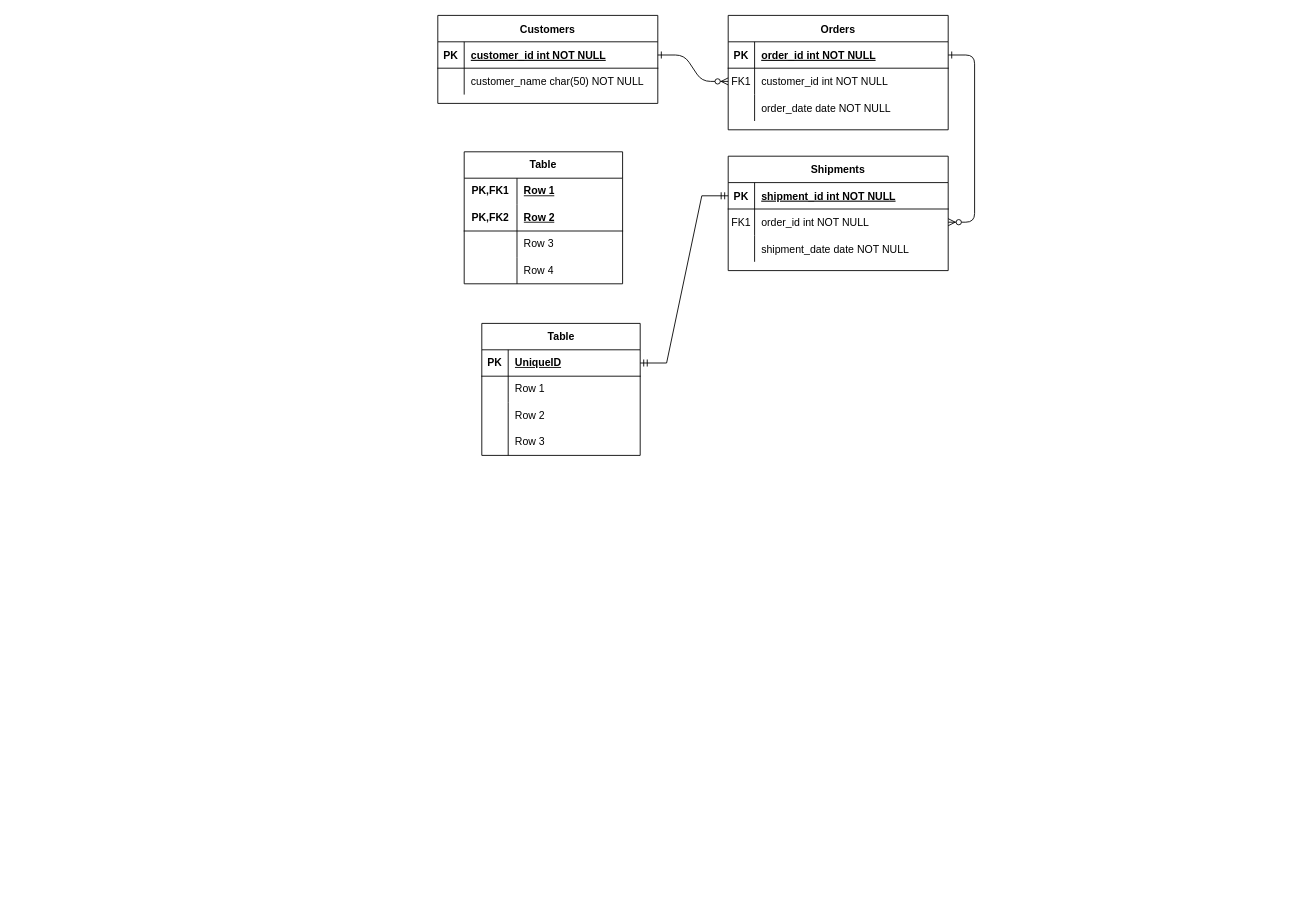
The draw.io diagram relational_model.drawio in Deadreyo/Restaurant-Franchise-SQL-Database, before the edit. Source tidied: cells renumbered, new cells numbered last; positions are measured from the earlier drawing's top-left corner, leaving out a move shared by most shapes. Both pictures are drawn from the tidied source at 88%, with x=0, y=0 at pixel (437, 15).
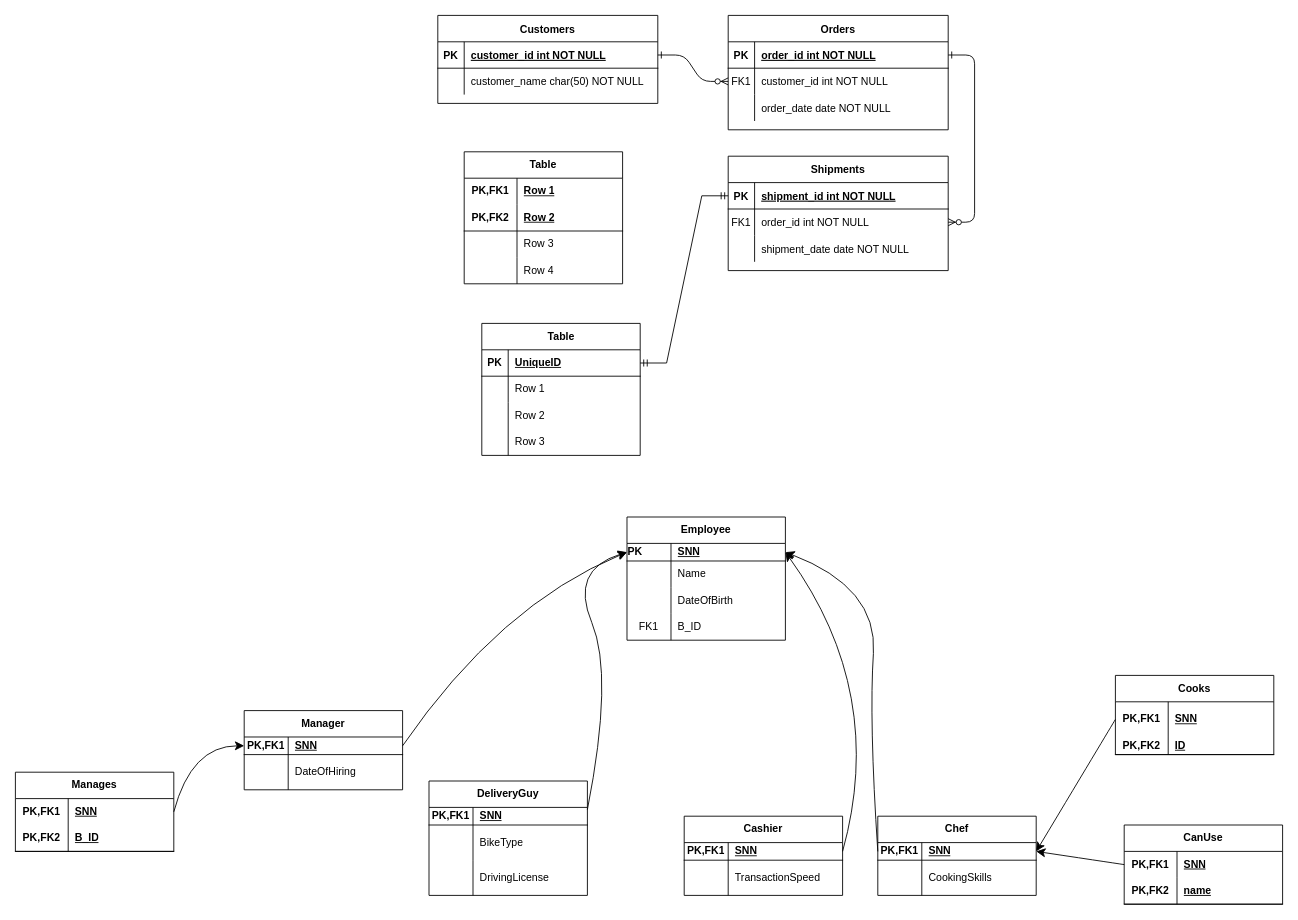
The same diagram, later.

The edit, as a diff of the source:
```diff
@@
+    <mxCell id="58" value="Employee" style="shape=table;startSize=30;childLayout=tableLayout;rowLines=0;fontStyle=1;align=center;html=1;whiteSpace=wrap;" parent="1" vertex="1">
+      <mxGeometry x="215" y="570" width="180" height="140" as="geometry" />
+    </mxCell>
+    <mxCell id="59" style="shape=tableRow;horizontal=0;startSize=0;swimlaneHead=0;swimlaneBody=0;fillColor=none;points=[[0,0.5],[1,0.5]];portConstraint=eastwest;top=0;left=0;right=0;bottom=1;html=1;" parent="58" vertex="1">
+      <mxGeometry y="30" width="180" height="20" as="geometry" />
+    </mxCell>
+    <mxCell id="60" value="PK&lt;span style=&quot;white-space: pre;&quot;&gt;&#9;&lt;/span&gt;&lt;span style=&quot;white-space: pre;&quot;&gt;&#9;&lt;/span&gt;" style="shape=partialRectangle;fillColor=none;top=0;left=0;bottom=0;right=0;fontStyle=1;overflow=hidden;html=1;whiteSpace=wrap;" parent="59" vertex="1">
+      <mxGeometry width="50" height="20" as="geometry" />
+    </mxCell>
+    <mxCell id="61" value="SNN" style="shape=partialRectangle;fillColor=none;top=0;left=0;bottom=0;right=0;align=left;spacingLeft=6;fontStyle=5;overflow=hidden;html=1;whiteSpace=wrap;" parent="59" vertex="1">
+      <mxGeometry x="50" width="130" height="20" as="geometry" />
+    </mxCell>
+    <mxCell id="62" style="shape=tableRow;horizontal=0;startSize=0;swimlaneHead=0;swimlaneBody=0;fillColor=none;top=0;left=0;right=0;bottom=0;html=1;" parent="58" vertex="1">
+      <mxGeometry y="50" width="180" height="30" as="geometry" />
+    </mxCell>
+    <mxCell id="63" style="shape=partialRectangle;fillColor=none;top=0;left=0;bottom=0;right=0;overflow=hidden;html=1;whiteSpace=wrap;" parent="62" vertex="1">
+      <mxGeometry width="50" height="30" as="geometry" />
+    </mxCell>
+    <mxCell id="64" value="Name" style="shape=partialRectangle;fillColor=none;top=0;left=0;bottom=0;right=0;align=left;spacingLeft=6;overflow=hidden;html=1;whiteSpace=wrap;" parent="62" vertex="1">
+      <mxGeometry x="50" width="130" height="30" as="geometry" />
+    </mxCell>
+    <mxCell id="65" style="shape=tableRow;horizontal=0;startSize=0;swimlaneHead=0;swimlaneBody=0;fillColor=none;top=0;left=0;right=0;bottom=0;html=1;" parent="58" vertex="1">
+      <mxGeometry y="80" width="180" height="30" as="geometry" />
+    </mxCell>
+    <mxCell id="66" style="shape=partialRectangle;fillColor=none;top=0;left=0;bottom=0;right=0;overflow=hidden;html=1;whiteSpace=wrap;" parent="65" vertex="1">
+      <mxGeometry width="50" height="30" as="geometry" />
+    </mxCell>
+    <mxCell id="67" value="DateOfBirth" style="shape=partialRectangle;fillColor=none;top=0;left=0;bottom=0;right=0;align=left;spacingLeft=6;overflow=hidden;html=1;whiteSpace=wrap;" parent="65" vertex="1">
+      <mxGeometry x="50" width="130" height="30" as="geometry" />
+    </mxCell>
+    <mxCell id="68" style="shape=tableRow;horizontal=0;startSize=0;swimlaneHead=0;swimlaneBody=0;fillColor=none;top=0;left=0;right=0;bottom=0;html=1;" parent="58" vertex="1">
+      <mxGeometry y="110" width="180" height="30" as="geometry" />
+    </mxCell>
+    <mxCell id="69" value="FK1" style="shape=partialRectangle;fillColor=none;top=0;left=0;bottom=0;right=0;overflow=hidden;html=1;whiteSpace=wrap;" parent="68" vertex="1">
+      <mxGeometry width="50" height="30" as="geometry" />
+    </mxCell>
+    <mxCell id="70" value="B_ID" style="shape=partialRectangle;fillColor=none;top=0;left=0;bottom=0;right=0;align=left;spacingLeft=6;overflow=hidden;html=1;whiteSpace=wrap;" parent="68" vertex="1">
+      <mxGeometry x="50" width="130" height="30" as="geometry" />
+    </mxCell>
+    <mxCell id="71" value="Manager" style="shape=table;startSize=30;childLayout=tableLayout;rowLines=0;fontStyle=1;align=center;html=1;whiteSpace=wrap;" parent="1" vertex="1">
+      <mxGeometry x="-220" y="790" width="180" height="90" as="geometry" />
+    </mxCell>
+    <mxCell id="72" style="shape=tableRow;horizontal=0;startSize=0;swimlaneHead=0;swimlaneBody=0;fillColor=none;points=[[0,0.5],[1,0.5]];portConstraint=eastwest;top=0;left=0;right=0;bottom=1;html=1;" parent="71" vertex="1">
+      <mxGeometry y="30" width="180" height="20" as="geometry" />
+    </mxCell>
+    <mxCell id="73" value="PK,FK1" style="shape=partialRectangle;fillColor=none;top=0;left=0;bottom=0;right=0;fontStyle=1;overflow=hidden;html=1;whiteSpace=wrap;" parent="72" vertex="1">
+      <mxGeometry width="50" height="20" as="geometry" />
+    </mxCell>
+    <mxCell id="74" value="SNN" style="shape=partialRectangle;fillColor=none;top=0;left=0;bottom=0;right=0;align=left;spacingLeft=6;fontStyle=5;overflow=hidden;html=1;whiteSpace=wrap;" parent="72" vertex="1">
+      <mxGeometry x="50" width="130" height="20" as="geometry" />
+    </mxCell>
+    <mxCell id="75" style="shape=tableRow;horizontal=0;startSize=0;swimlaneHead=0;swimlaneBody=0;fillColor=none;top=0;left=0;right=0;bottom=0;html=1;" parent="71" vertex="1">
+      <mxGeometry y="50" width="180" height="40" as="geometry" />
+    </mxCell>
+    <mxCell id="76" style="shape=partialRectangle;fillColor=none;top=0;left=0;bottom=0;right=0;overflow=hidden;html=1;whiteSpace=wrap;" parent="75" vertex="1">
+      <mxGeometry width="50" height="40" as="geometry" />
+    </mxCell>
+    <mxCell id="77" value="DateOfHiring" style="shape=partialRectangle;fillColor=none;top=0;left=0;bottom=0;right=0;align=left;spacingLeft=6;overflow=hidden;html=1;whiteSpace=wrap;" parent="75" vertex="1">
+      <mxGeometry x="50" width="130" height="40" as="geometry" />
+    </mxCell>
+    <mxCell id="78" value="Cashier" style="shape=table;startSize=30;childLayout=tableLayout;rowLines=0;fontStyle=1;align=center;html=1;whiteSpace=wrap;" parent="1" vertex="1">
+      <mxGeometry x="280" y="910" width="180" height="90" as="geometry" />
+    </mxCell>
+    <mxCell id="79" style="shape=tableRow;horizontal=0;startSize=0;swimlaneHead=0;swimlaneBody=0;fillColor=none;points=[[0,0.5],[1,0.5]];portConstraint=eastwest;top=0;left=0;right=0;bottom=1;html=1;" parent="78" vertex="1">
+      <mxGeometry y="30" width="180" height="20" as="geometry" />
+    </mxCell>
+    <mxCell id="80" value="PK,FK1" style="shape=partialRectangle;fillColor=none;top=0;left=0;bottom=0;right=0;fontStyle=1;overflow=hidden;html=1;whiteSpace=wrap;" parent="79" vertex="1">
+      <mxGeometry width="50" height="20" as="geometry" />
+    </mxCell>
+    <mxCell id="81" value="SNN" style="shape=partialRectangle;fillColor=none;top=0;left=0;bottom=0;right=0;align=left;spacingLeft=6;fontStyle=5;overflow=hidden;html=1;whiteSpace=wrap;" parent="79" vertex="1">
+      <mxGeometry x="50" width="130" height="20" as="geometry" />
+    </mxCell>
+    <mxCell id="82" style="shape=tableRow;horizontal=0;startSize=0;swimlaneHead=0;swimlaneBody=0;fillColor=none;top=0;left=0;right=0;bottom=0;html=1;" parent="78" vertex="1">
+      <mxGeometry y="50" width="180" height="40" as="geometry" />
+    </mxCell>
+    <mxCell id="83" style="shape=partialRectangle;fillColor=none;top=0;left=0;bottom=0;right=0;overflow=hidden;html=1;whiteSpace=wrap;" parent="82" vertex="1">
+      <mxGeometry width="50" height="40" as="geometry" />
+    </mxCell>
+    <mxCell id="84" value="TransactionSpeed" style="shape=partialRectangle;fillColor=none;top=0;left=0;bottom=0;right=0;align=left;spacingLeft=6;overflow=hidden;html=1;whiteSpace=wrap;" parent="82" vertex="1">
+      <mxGeometry x="50" width="130" height="40" as="geometry" />
+    </mxCell>
+    <mxCell id="85" value="DeliveryGuy" style="shape=table;startSize=30;childLayout=tableLayout;rowLines=0;fontStyle=1;align=center;html=1;whiteSpace=wrap;" parent="1" vertex="1">
+      <mxGeometry x="-10" y="870" width="180" height="130" as="geometry" />
+    </mxCell>
+    <mxCell id="86" style="shape=tableRow;horizontal=0;startSize=0;swimlaneHead=0;swimlaneBody=0;fillColor=none;top=0;left=0;right=0;bottom=1;html=1;" parent="85" vertex="1">
+      <mxGeometry y="30" width="180" height="20" as="geometry" />
+    </mxCell>
+    <mxCell id="87" value="PK,FK1" style="shape=partialRectangle;fillColor=none;top=0;left=0;bottom=0;right=0;fontStyle=1;overflow=hidden;html=1;whiteSpace=wrap;" parent="86" vertex="1">
+      <mxGeometry width="50" height="20" as="geometry" />
+    </mxCell>
+    <mxCell id="88" value="SNN" style="shape=partialRectangle;fillColor=none;top=0;left=0;bottom=0;right=0;align=left;spacingLeft=6;fontStyle=5;overflow=hidden;html=1;whiteSpace=wrap;" parent="86" vertex="1">
+      <mxGeometry x="50" width="130" height="20" as="geometry" />
+    </mxCell>
+    <mxCell id="89" style="shape=tableRow;horizontal=0;startSize=0;swimlaneHead=0;swimlaneBody=0;fillColor=none;top=0;left=0;right=0;bottom=0;html=1;" parent="85" vertex="1">
+      <mxGeometry y="50" width="180" height="40" as="geometry" />
+    </mxCell>
+    <mxCell id="90" style="shape=partialRectangle;fillColor=none;top=0;left=0;bottom=0;right=0;overflow=hidden;html=1;whiteSpace=wrap;" parent="89" vertex="1">
+      <mxGeometry width="50" height="40" as="geometry" />
+    </mxCell>
+    <mxCell id="91" value="BikeType" style="shape=partialRectangle;fillColor=none;top=0;left=0;bottom=0;right=0;align=left;spacingLeft=6;overflow=hidden;html=1;whiteSpace=wrap;" parent="89" vertex="1">
+      <mxGeometry x="50" width="130" height="40" as="geometry" />
+    </mxCell>
+    <mxCell id="92" style="shape=tableRow;horizontal=0;startSize=0;swimlaneHead=0;swimlaneBody=0;fillColor=none;top=0;left=0;right=0;bottom=0;html=1;" parent="85" vertex="1">
+      <mxGeometry y="90" width="180" height="40" as="geometry" />
+    </mxCell>
+    <mxCell id="93" style="shape=partialRectangle;fillColor=none;top=0;left=0;bottom=0;right=0;overflow=hidden;html=1;whiteSpace=wrap;" parent="92" vertex="1">
+      <mxGeometry width="50" height="40" as="geometry" />
+    </mxCell>
+    <mxCell id="94" value="DrivingLicense" style="shape=partialRectangle;fillColor=none;top=0;left=0;bottom=0;right=0;align=left;spacingLeft=6;overflow=hidden;html=1;whiteSpace=wrap;" parent="92" vertex="1">
+      <mxGeometry x="50" width="130" height="40" as="geometry" />
+    </mxCell>
+    <mxCell id="95" value="Chef" style="shape=table;startSize=30;childLayout=tableLayout;rowLines=0;fontStyle=1;align=center;html=1;whiteSpace=wrap;" parent="1" vertex="1">
+      <mxGeometry x="500" y="910" width="180" height="90" as="geometry" />
+    </mxCell>
+    <mxCell id="96" style="shape=tableRow;horizontal=0;startSize=0;swimlaneHead=0;swimlaneBody=0;fillColor=none;points=[[0,0.5],[1,0.5]];portConstraint=eastwest;top=0;left=0;right=0;bottom=1;html=1;" parent="95" vertex="1">
+      <mxGeometry y="30" width="180" height="20" as="geometry" />
+    </mxCell>
+    <mxCell id="97" value="PK,FK1" style="shape=partialRectangle;fillColor=none;top=0;left=0;bottom=0;right=0;fontStyle=1;overflow=hidden;html=1;whiteSpace=wrap;" parent="96" vertex="1">
+      <mxGeometry width="50" height="20" as="geometry" />
+    </mxCell>
+    <mxCell id="98" value="SNN" style="shape=partialRectangle;fillColor=none;top=0;left=0;bottom=0;right=0;align=left;spacingLeft=6;fontStyle=5;overflow=hidden;html=1;whiteSpace=wrap;" parent="96" vertex="1">
+      <mxGeometry x="50" width="130" height="20" as="geometry" />
+    </mxCell>
+    <mxCell id="99" style="shape=tableRow;horizontal=0;startSize=0;swimlaneHead=0;swimlaneBody=0;fillColor=none;top=0;left=0;right=0;bottom=0;html=1;" parent="95" vertex="1">
+      <mxGeometry y="50" width="180" height="40" as="geometry" />
+    </mxCell>
+    <mxCell id="100" style="shape=partialRectangle;fillColor=none;top=0;left=0;bottom=0;right=0;overflow=hidden;html=1;whiteSpace=wrap;" parent="99" vertex="1">
+      <mxGeometry width="50" height="40" as="geometry" />
+    </mxCell>
+    <mxCell id="101" value="CookingSkills" style="shape=partialRectangle;fillColor=none;top=0;left=0;bottom=0;right=0;align=left;spacingLeft=6;overflow=hidden;html=1;whiteSpace=wrap;" parent="99" vertex="1">
+      <mxGeometry x="50" width="130" height="40" as="geometry" />
+    </mxCell>
+    <mxCell id="102" value="Manages" style="shape=table;startSize=30;childLayout=tableLayout;rowLines=0;fontStyle=1;align=center;html=1;whiteSpace=wrap;" parent="1" vertex="1">
+      <mxGeometry x="-480" y="860" width="180" height="90" as="geometry" />
+    </mxCell>
+    <mxCell id="103" style="shape=tableRow;horizontal=0;startSize=0;swimlaneHead=0;swimlaneBody=0;fillColor=none;points=[[0,0.5],[1,0.5]];portConstraint=eastwest;top=0;left=0;right=0;bottom=0;html=1;" parent="102" vertex="1">
+      <mxGeometry y="30" width="180" height="30" as="geometry" />
+    </mxCell>
+    <mxCell id="104" value="PK,FK1" style="shape=partialRectangle;fillColor=none;top=0;left=0;bottom=0;right=0;fontStyle=1;overflow=hidden;html=1;whiteSpace=wrap;" parent="103" vertex="1">
+      <mxGeometry width="60" height="30" as="geometry" />
+    </mxCell>
+    <mxCell id="105" value="SNN" style="shape=partialRectangle;fillColor=none;top=0;left=0;bottom=0;right=0;align=left;spacingLeft=6;fontStyle=5;overflow=hidden;html=1;whiteSpace=wrap;" parent="103" vertex="1">
+      <mxGeometry x="60" width="120" height="30" as="geometry" />
+    </mxCell>
+    <mxCell id="106" style="shape=tableRow;horizontal=0;startSize=0;swimlaneHead=0;swimlaneBody=0;fillColor=none;top=0;left=0;right=0;bottom=1;html=1;" parent="102" vertex="1">
+      <mxGeometry y="60" width="180" height="30" as="geometry" />
+    </mxCell>
+    <mxCell id="107" value="PK,FK2" style="shape=partialRectangle;fillColor=none;top=0;left=0;bottom=0;right=0;fontStyle=1;overflow=hidden;html=1;whiteSpace=wrap;" parent="106" vertex="1">
+      <mxGeometry width="60" height="30" as="geometry" />
+    </mxCell>
+    <mxCell id="108" value="B_ID" style="shape=partialRectangle;fillColor=none;top=0;left=0;bottom=0;right=0;align=left;spacingLeft=6;fontStyle=5;overflow=hidden;html=1;whiteSpace=wrap;" parent="106" vertex="1">
+      <mxGeometry x="60" width="120" height="30" as="geometry" />
+    </mxCell>
+    <mxCell id="109" value="Cooks" style="shape=table;startSize=30;childLayout=tableLayout;rowLines=0;fontStyle=1;align=center;html=1;whiteSpace=wrap;" parent="1" vertex="1">
+      <mxGeometry x="770" y="750" width="180" height="90" as="geometry" />
+    </mxCell>
+    <mxCell id="110" style="shape=tableRow;horizontal=0;startSize=0;swimlaneHead=0;swimlaneBody=0;fillColor=none;points=[[0,0.5],[1,0.5]];portConstraint=eastwest;top=0;left=0;right=0;bottom=0;html=1;" parent="109" vertex="1">
+      <mxGeometry y="30" width="180" height="40" as="geometry" />
+    </mxCell>
+    <mxCell id="111" value="PK,FK1" style="shape=partialRectangle;fillColor=none;top=0;left=0;bottom=0;right=0;fontStyle=1;overflow=hidden;html=1;whiteSpace=wrap;" parent="110" vertex="1">
+      <mxGeometry width="60" height="40" as="geometry" />
+    </mxCell>
+    <mxCell id="112" value="SNN" style="shape=partialRectangle;fillColor=none;top=0;left=0;bottom=0;right=0;align=left;spacingLeft=6;fontStyle=5;overflow=hidden;html=1;whiteSpace=wrap;" parent="110" vertex="1">
+      <mxGeometry x="60" width="120" height="40" as="geometry" />
+    </mxCell>
+    <mxCell id="113" style="shape=tableRow;horizontal=0;startSize=0;swimlaneHead=0;swimlaneBody=0;fillColor=none;top=0;left=0;right=0;bottom=1;html=1;" parent="109" vertex="1">
+      <mxGeometry y="70" width="180" height="20" as="geometry" />
+    </mxCell>
+    <mxCell id="114" value="PK,FK2" style="shape=partialRectangle;fillColor=none;top=0;left=0;bottom=0;right=0;fontStyle=1;overflow=hidden;html=1;whiteSpace=wrap;" parent="113" vertex="1">
+      <mxGeometry width="60" height="20" as="geometry" />
+    </mxCell>
+    <mxCell id="115" value="ID" style="shape=partialRectangle;fillColor=none;top=0;left=0;bottom=0;right=0;align=left;spacingLeft=6;fontStyle=5;overflow=hidden;html=1;whiteSpace=wrap;" parent="113" vertex="1">
+      <mxGeometry x="60" width="120" height="20" as="geometry" />
+    </mxCell>
+    <mxCell id="116" value="CanUse" style="shape=table;startSize=30;childLayout=tableLayout;rowLines=0;fontStyle=1;align=center;html=1;whiteSpace=wrap;" parent="1" vertex="1">
+      <mxGeometry x="780" y="920" width="180" height="90" as="geometry" />
+    </mxCell>
+    <mxCell id="117" style="shape=tableRow;horizontal=0;startSize=0;swimlaneHead=0;swimlaneBody=0;fillColor=none;points=[[0,0.5],[1,0.5]];portConstraint=eastwest;top=0;left=0;right=0;bottom=0;html=1;" parent="116" vertex="1">
+      <mxGeometry y="30" width="180" height="30" as="geometry" />
+    </mxCell>
+    <mxCell id="118" value="PK,FK1" style="shape=partialRectangle;fillColor=none;top=0;left=0;bottom=0;right=0;fontStyle=1;overflow=hidden;html=1;whiteSpace=wrap;" parent="117" vertex="1">
+      <mxGeometry width="60" height="30" as="geometry" />
+    </mxCell>
+    <mxCell id="119" value="SNN" style="shape=partialRectangle;fillColor=none;top=0;left=0;bottom=0;right=0;align=left;spacingLeft=6;fontStyle=5;overflow=hidden;html=1;whiteSpace=wrap;" parent="117" vertex="1">
+      <mxGeometry x="60" width="120" height="30" as="geometry" />
+    </mxCell>
+    <mxCell id="120" style="shape=tableRow;horizontal=0;startSize=0;swimlaneHead=0;swimlaneBody=0;fillColor=none;top=0;left=0;right=0;bottom=1;html=1;" parent="116" vertex="1">
+      <mxGeometry y="60" width="180" height="30" as="geometry" />
+    </mxCell>
+    <mxCell id="121" value="PK,FK2" style="shape=partialRectangle;fillColor=none;top=0;left=0;bottom=0;right=0;fontStyle=1;overflow=hidden;html=1;whiteSpace=wrap;" parent="120" vertex="1">
+      <mxGeometry width="60" height="30" as="geometry" />
+    </mxCell>
+    <mxCell id="122" value="name" style="shape=partialRectangle;fillColor=none;top=0;left=0;bottom=0;right=0;align=left;spacingLeft=6;fontStyle=5;overflow=hidden;html=1;whiteSpace=wrap;" parent="120" vertex="1">
+      <mxGeometry x="60" width="120" height="30" as="geometry" />
+    </mxCell>
+    <mxCell id="123" style="endArrow=classic;html=1;rounded=0;fontSize=12;startSize=8;endSize=8;curved=1;entryX=1;entryY=0.5;entryDx=0;entryDy=0;exitX=0;exitY=0.5;exitDx=0;exitDy=0;" parent="1" edge="1" source="110" target="96">
+      <mxGeometry relative="1" as="geometry" />
+    </mxCell>
+    <mxCell id="124" style="endArrow=classic;html=1;rounded=0;fontSize=12;startSize=8;endSize=8;curved=1;exitX=1;exitY=0.5;exitDx=0;exitDy=0;" parent="1" edge="1" source="103">
+      <mxGeometry relative="1" as="geometry">
+        <mxPoint x="-220" y="830" as="targetPoint" />
+        <Array as="points">
+          <mxPoint x="-280" y="830" />
+        </Array>
+      </mxGeometry>
+    </mxCell>
+    <mxCell id="125" style="endArrow=classic;html=1;rounded=0;fontSize=12;startSize=8;endSize=8;curved=1;exitX=0;exitY=0.5;exitDx=0;exitDy=0;entryX=1;entryY=0.5;entryDx=0;entryDy=0;" parent="1" edge="1" source="117" target="96">
+      <mxGeometry relative="1" as="geometry" />
+    </mxCell>
+    <mxCell id="126" style="endArrow=classic;html=1;rounded=0;fontSize=12;startSize=8;endSize=8;curved=1;exitX=1;exitY=0.5;exitDx=0;exitDy=0;entryX=1;entryY=0.5;entryDx=0;entryDy=0;" parent="1" edge="1" source="79" target="59">
+      <mxGeometry relative="1" as="geometry">
+        <Array as="points">
+          <mxPoint x="510" y="770" />
+        </Array>
+      </mxGeometry>
+    </mxCell>
+    <mxCell id="127" style="endArrow=classic;html=1;rounded=0;fontSize=12;startSize=8;endSize=8;curved=1;exitX=0;exitY=0.5;exitDx=0;exitDy=0;entryX=1;entryY=0.5;entryDx=0;entryDy=0;" parent="1" edge="1" source="96" target="59">
+      <mxGeometry relative="1" as="geometry">
+        <Array as="points">
+          <mxPoint x="490" y="800" />
+          <mxPoint x="500" y="650" />
+        </Array>
+      </mxGeometry>
+    </mxCell>
+    <mxCell id="128" style="endArrow=classic;html=1;rounded=0;fontSize=12;startSize=8;endSize=8;curved=1;exitX=1;exitY=0.25;exitDx=0;exitDy=0;entryX=0;entryY=0.5;entryDx=0;entryDy=0;" parent="1" edge="1" source="85" target="59">
+      <mxGeometry relative="1" as="geometry">
+        <Array as="points">
+          <mxPoint x="200" y="750" />
+          <mxPoint x="150" y="630" />
+        </Array>
+      </mxGeometry>
+    </mxCell>
+    <mxCell id="129" style="endArrow=classic;html=1;rounded=0;fontSize=12;startSize=8;endSize=8;curved=1;exitX=1;exitY=0.5;exitDx=0;exitDy=0;entryX=0;entryY=0.5;entryDx=0;entryDy=0;" parent="1" edge="1" source="72" target="59">
+      <mxGeometry relative="1" as="geometry">
+        <Array as="points">
+          <mxPoint x="70" y="670" />
+        </Array>
+      </mxGeometry>
+    </mxCell>
```
